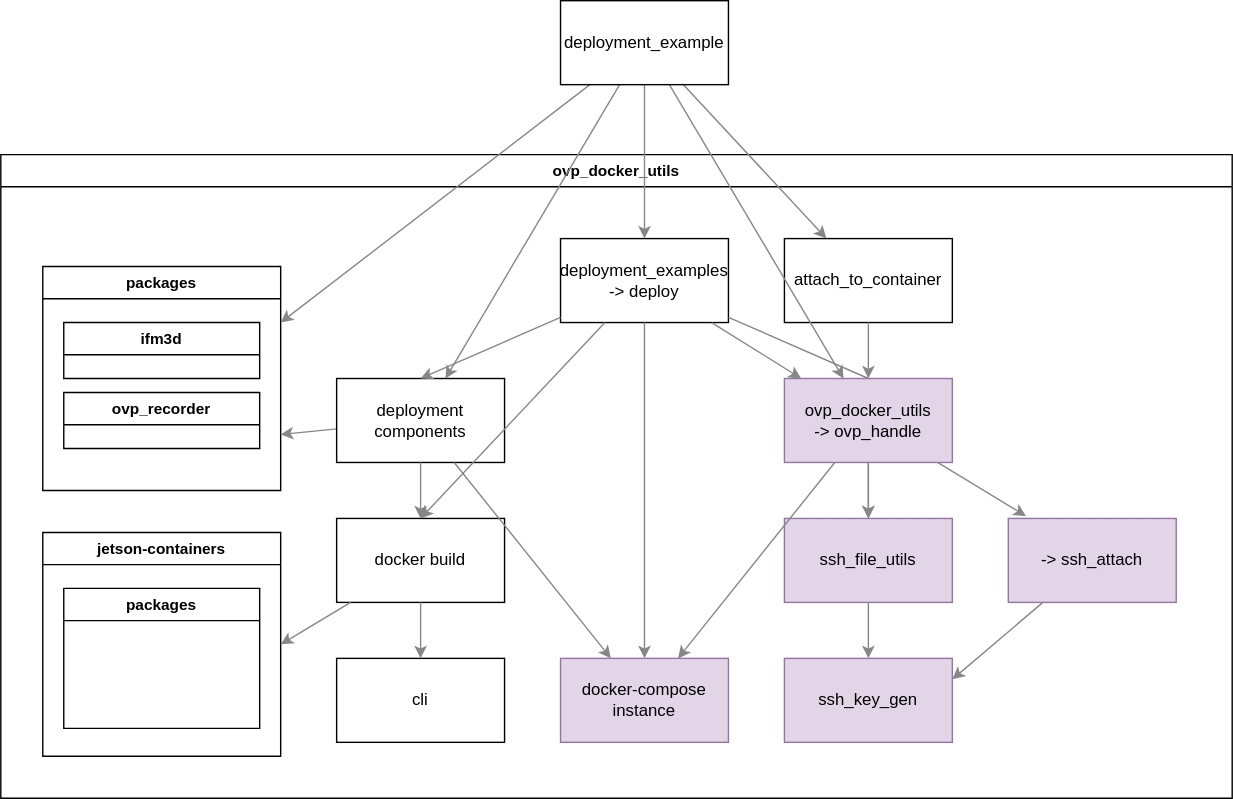
This is ovp8xx/docker/utils_dependencies.drawio.svg from ifm/ifm3d-examples, a draw.io export, as it was before one commit. Source tidied: cells renumbered, new cells last; positions are measured from the earlier drawing's top-left corner, leaving out a move shared by most shapes.
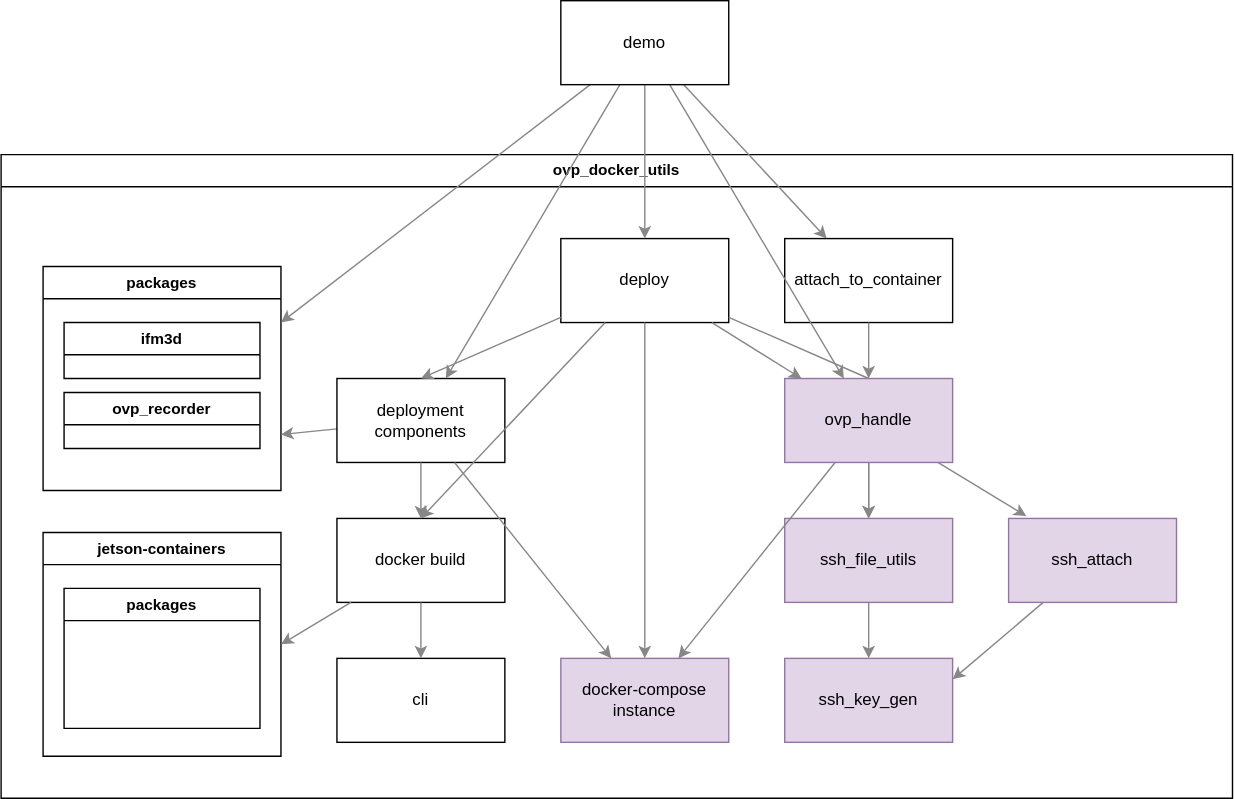
After the commit.

Diff of the diagram source:
```diff
@@ -5,7 +5,7 @@
     <mxCell id="2" value="ovp_docker_utils" style="swimlane;whiteSpace=wrap;html=1;fontFamily=Helvetica;fontSize=11;fontColor=default;" parent="1" vertex="1">
       <mxGeometry y="110" width="880" height="460" as="geometry" />
     </mxCell>
-    <mxCell id="3" value="-&amp;gt; ssh_attach" style="rounded=0;whiteSpace=wrap;html=1;fillColor=#e1d5e7;strokeColor=#9673a6;" parent="2" vertex="1">
+    <mxCell id="3" value="ssh_attach" style="rounded=0;whiteSpace=wrap;html=1;fillColor=#e1d5e7;strokeColor=#9673a6;" parent="2" vertex="1">
       <mxGeometry x="720" y="260" width="120" height="60" as="geometry" />
     </mxCell>
     <mxCell id="4" value="packages" style="swimlane;whiteSpace=wrap;html=1;fontFamily=Helvetica;fontSize=11;fontColor=default;" parent="2" vertex="1">
@@ -62,7 +62,7 @@
     <mxCell id="21" style="edgeStyle=none;html=1;fillColor=#f5f5f5;strokeColor=#878787;" parent="2" edge="1" source="15" target="20">
       <mxGeometry relative="1" as="geometry" />
     </mxCell>
-    <mxCell id="22" value="ovp_docker_utils&lt;br&gt;-&amp;gt; ovp_handle" style="rounded=0;whiteSpace=wrap;html=1;fillColor=#e1d5e7;strokeColor=#9673a6;" parent="2" vertex="1">
+    <mxCell id="22" value="ovp_handle" style="rounded=0;whiteSpace=wrap;html=1;fillColor=#e1d5e7;strokeColor=#9673a6;" parent="2" vertex="1">
       <mxGeometry x="560" y="160" width="120" height="60" as="geometry" />
     </mxCell>
     <mxCell id="23" style="edgeStyle=none;shape=connector;rounded=1;html=1;entryX=0.106;entryY=-0.027;entryDx=0;entryDy=0;entryPerimeter=0;labelBackgroundColor=default;strokeColor=#878787;fontFamily=Helvetica;fontSize=11;fontColor=default;endArrow=classic;fillColor=#f5f5f5;" parent="2" edge="1" source="22" target="3">
@@ -80,7 +80,7 @@
     <mxCell id="27" style="edgeStyle=none;html=1;entryX=0.5;entryY=0;entryDx=0;entryDy=0;fillColor=#f5f5f5;strokeColor=#878787;" parent="2" edge="1" source="26" target="22">
       <mxGeometry relative="1" as="geometry" />
     </mxCell>
-    <mxCell id="28" value="deployment_examples&lt;br&gt;-&amp;gt; deploy" style="rounded=0;whiteSpace=wrap;html=1;" parent="2" vertex="1">
+    <mxCell id="28" value="deploy" style="rounded=0;whiteSpace=wrap;html=1;" parent="2" vertex="1">
       <mxGeometry x="400" y="60" width="120" height="60" as="geometry" />
     </mxCell>
     <mxCell id="29" style="edgeStyle=none;html=1;entryX=0.5;entryY=0;entryDx=0;entryDy=0;fillColor=#f5f5f5;strokeColor=#878787;" parent="2" edge="1" source="28" target="15">
@@ -116,7 +116,7 @@
     <mxCell id="39" style="edgeStyle=none;shape=connector;rounded=1;html=1;entryX=1;entryY=0.25;entryDx=0;entryDy=0;labelBackgroundColor=default;strokeColor=#878787;fontFamily=Helvetica;fontSize=11;fontColor=default;endArrow=classic;fillColor=#f5f5f5;" parent="1" edge="1" source="40" target="4">
       <mxGeometry relative="1" as="geometry" />
     </mxCell>
-    <mxCell id="40" value="deployment_example" style="rounded=0;whiteSpace=wrap;html=1;" parent="1" vertex="1">
+    <mxCell id="40" value="demo" style="rounded=0;whiteSpace=wrap;html=1;" parent="1" vertex="1">
       <mxGeometry x="400" width="120" height="60" as="geometry" />
     </mxCell>
   </root>
```
